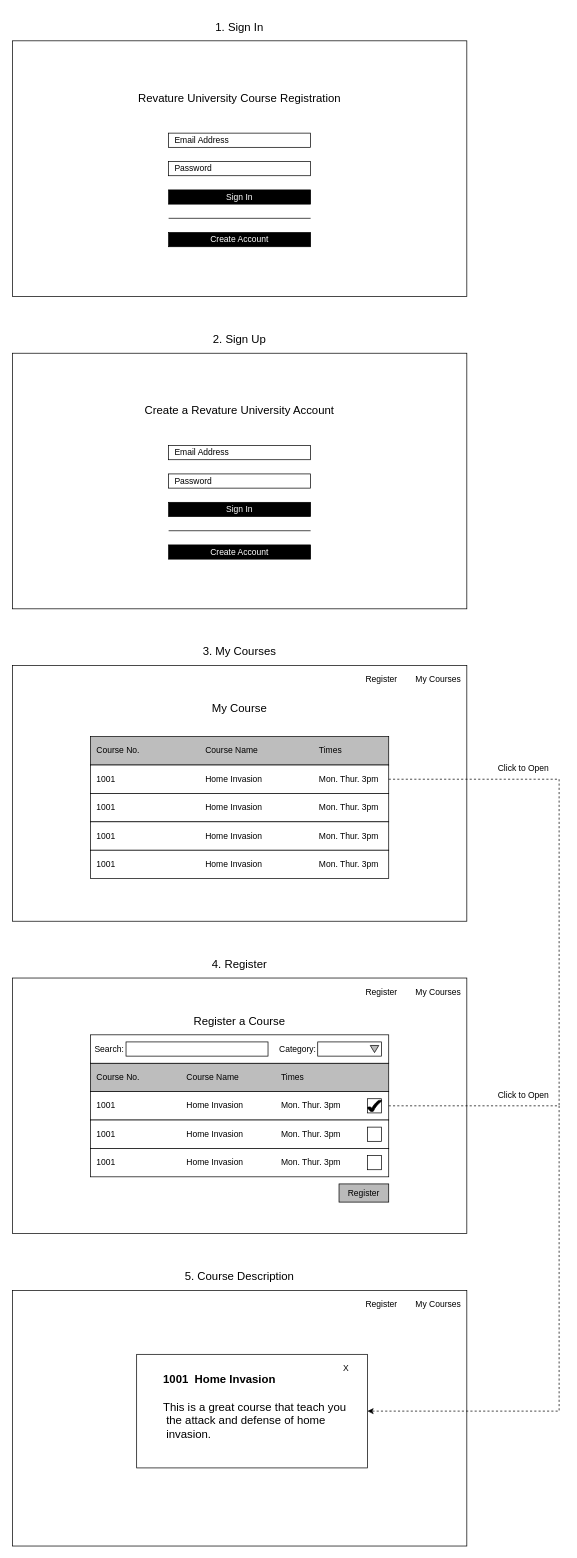
Above: Documentation/wireframe/wireframe.drawio in 240708-NET/P3-Team1 (draw.io), before the change. Source tidied: cells renumbered, new cells numbered last; positions are measured from the earlier drawing's top-left corner, leaving out a move shared by most shapes. Both pictures are drawn from the tidied source at 71%, with x=0, y=0 at pixel (12, 12).
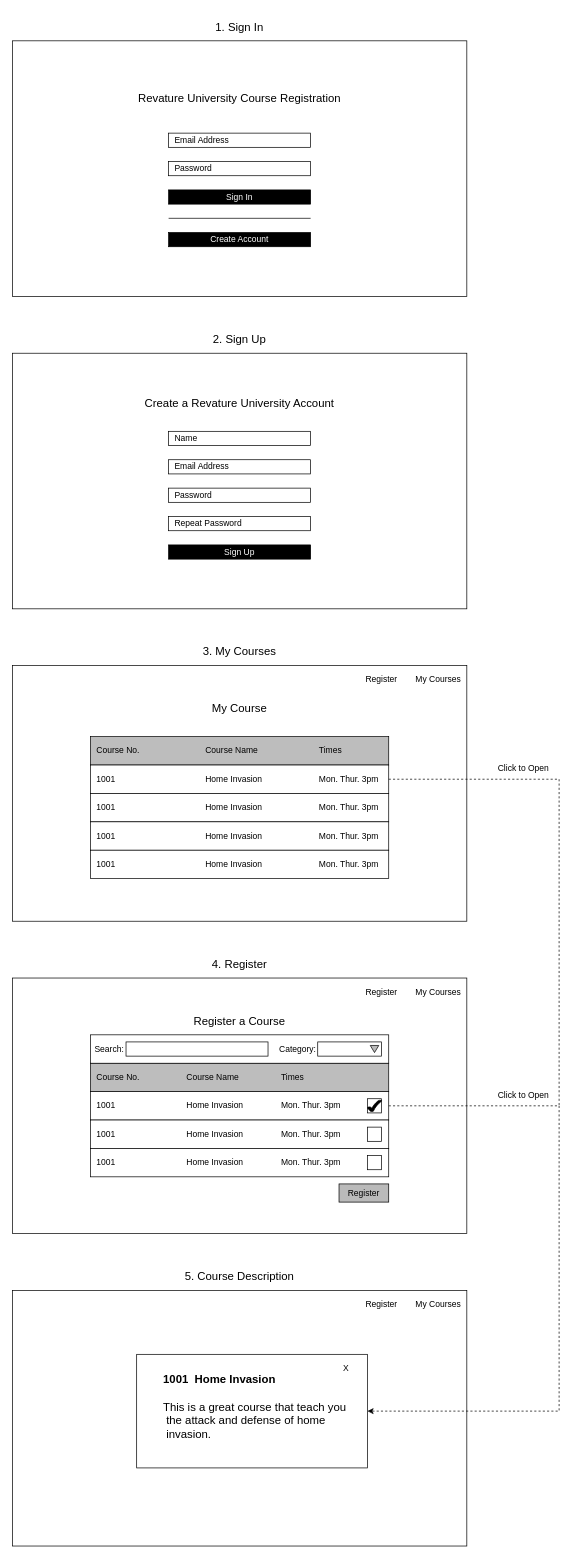
Above is the later version.

Commit message (it also covers changes not shown here):
fex(document): wireframe signup page

Diff of the diagram source:
```diff
@@
     <mxCell id="11" value="&amp;nbsp; Email Address" style="rounded=0;whiteSpace=wrap;html=1;align=left;" parent="1" vertex="1">
-      <mxGeometry x="220" y="610" width="200" height="20" as="geometry" />
+      <mxGeometry x="220" y="630" width="200" height="20" as="geometry" />
     </mxCell>
     <mxCell id="12" value="&amp;nbsp; Password" style="rounded=0;whiteSpace=wrap;html=1;align=left;" parent="1" vertex="1">
-      <mxGeometry x="220" y="650" width="200" height="20" as="geometry" />
+      <mxGeometry x="220" y="670" width="200" height="20" as="geometry" />
     </mxCell>
-    <mxCell id="13" value="Sign In" style="rounded=0;whiteSpace=wrap;html=1;align=center;fillColor=#000000;fontColor=#FFFFFF;" parent="1" vertex="1">
-      <mxGeometry x="220" y="690" width="200" height="20" as="geometry" />
-    </mxCell>
-    <mxCell id="14" style="endArrow=none;html=1;rounded=0;" parent="1" edge="1">
-      <mxGeometry relative="1" as="geometry">
-        <mxPoint x="420" y="730" as="sourcePoint" />
-        <mxPoint x="220" y="730" as="targetPoint" />
-      </mxGeometry>
-    </mxCell>
-    <mxCell id="15" value="Create Account" style="rounded=0;whiteSpace=wrap;html=1;align=center;fillColor=#000000;fontColor=#FFFFFF;" parent="1" vertex="1">
+    <mxCell id="15" value="Sign Up" style="rounded=0;whiteSpace=wrap;html=1;align=center;fillColor=#000000;fontColor=#FFFFFF;" parent="1" vertex="1">
       <mxGeometry x="220" y="750" width="200" height="20" as="geometry" />
     </mxCell>
@@
     <mxCell id="17" value="&lt;span style=&quot;font-size: 16px;&quot;&gt;Create a Revature University Account&lt;/span&gt;" style="text;html=1;align=center;verticalAlign=middle;whiteSpace=wrap;rounded=0;" parent="1" vertex="1">
-      <mxGeometry x="120" y="530" width="400" height="60" as="geometry" />
+      <mxGeometry x="120" y="520" width="400" height="60" as="geometry" />
     </mxCell>
@@
+    <mxCell id="60" value="&amp;nbsp; Name" style="rounded=0;whiteSpace=wrap;html=1;align=left;" parent="1" vertex="1">
+      <mxGeometry x="220" y="590" width="200" height="20" as="geometry" />
+    </mxCell>
+    <mxCell id="61" value="&amp;nbsp; Repeat Password" style="rounded=0;whiteSpace=wrap;html=1;align=left;" parent="1" vertex="1">
+      <mxGeometry x="220" y="710" width="200" height="20" as="geometry" />
+    </mxCell>
```
